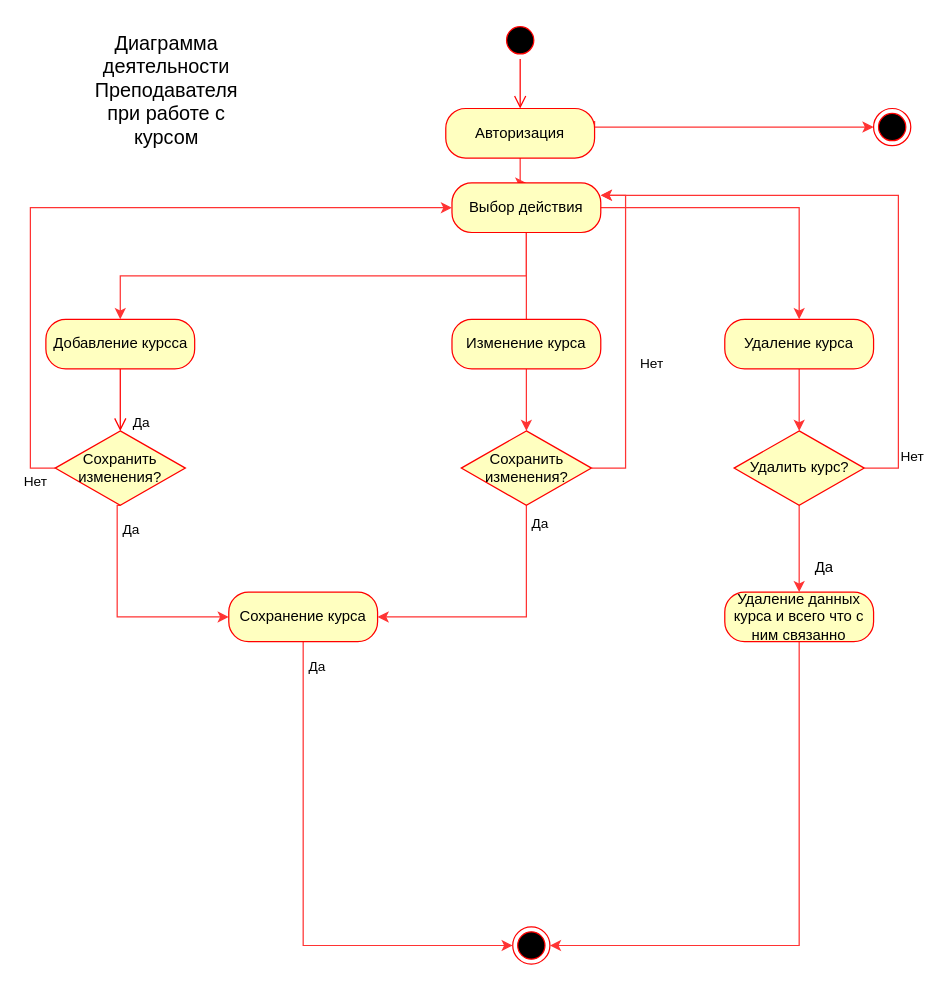
FaridunSalimzoda/myvkr keeps this draw.io diagram as page "Activity course - Teacher" (7 of 9) of UML.drawio. Above is the earlier version. Source tidied: cells renumbered, new cells numbered last; positions are measured from the earlier drawing's top-left corner, leaving out a move shared by most shapes. Both pictures are drawn from the tidied source at 124%, with x=0, y=0 at pixel (45, 21).
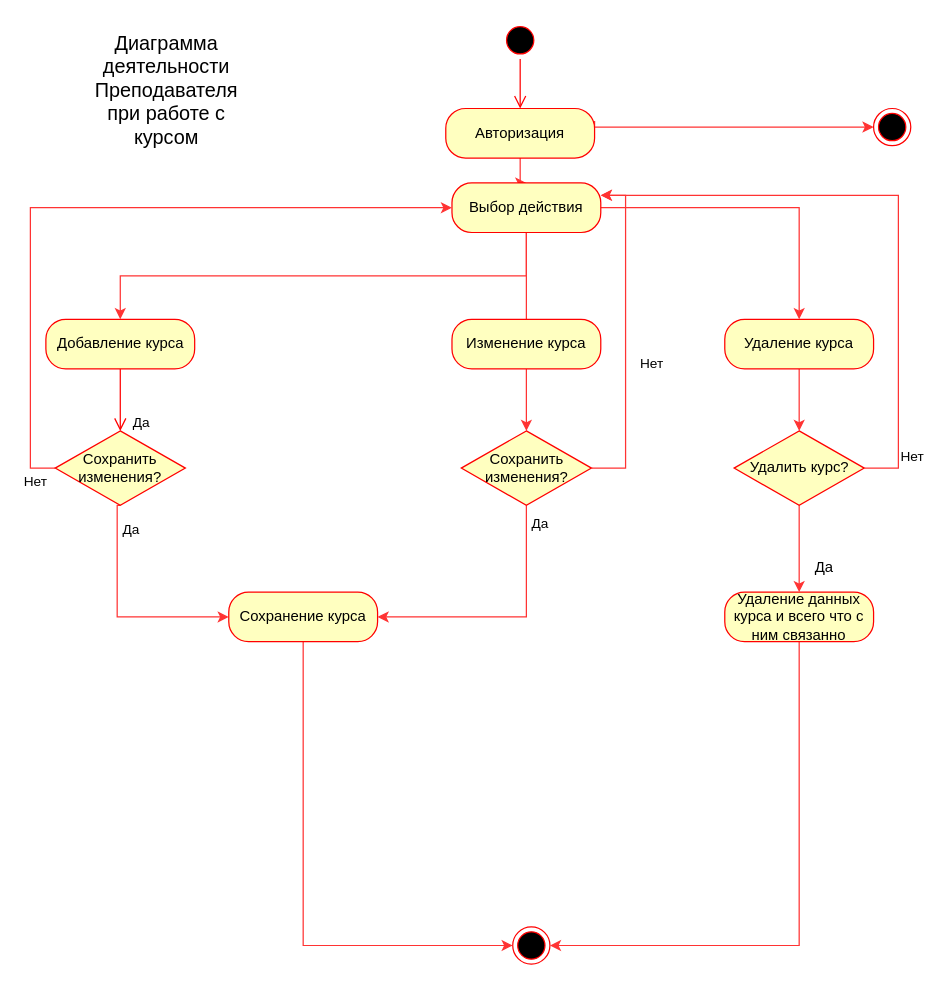
The same page after the edit.

The change refers to these unchanged cells:
```xml
<mxCell id="21" style="edgeStyle=orthogonalEdgeStyle;rounded=0;jettySize=auto;html=1;exitX=0.5;exitY=1;exitDx=0;exitDy=0;entryX=0;entryY=0.5;entryDx=0;entryDy=0;strokeColor=#FF3333;" parent="1" edge="1" source="23" target="12">
  <mxGeometry relative="1" as="geometry" />
</mxCell>
```

Change to the diagram source:
```diff
@@
-    <mxCell id="20" value="Добавление курсса" style="rounded=1;whiteSpace=wrap;html=1;arcSize=40;fontColor=#000000;fillColor=#ffffc0;strokeColor=#ff0000;" parent="1" vertex="1">
+    <mxCell id="20" value="Добавление курса" style="rounded=1;whiteSpace=wrap;html=1;arcSize=40;fontColor=#000000;fillColor=#ffffc0;strokeColor=#ff0000;" parent="1" vertex="1">
       <mxGeometry x="0.5" y="240" width="120" height="40" as="geometry" />
     </mxCell>
@@
-    <mxCell id="22" value="Да" style="edgeLabel;html=1;align=center;verticalAlign=middle;" parent="21" vertex="1">
-      <mxGeometry x="-0.91" y="1" relative="1" as="geometry">
-        <mxPoint x="9" as="offset" />
-      </mxGeometry>
-    </mxCell>
```
